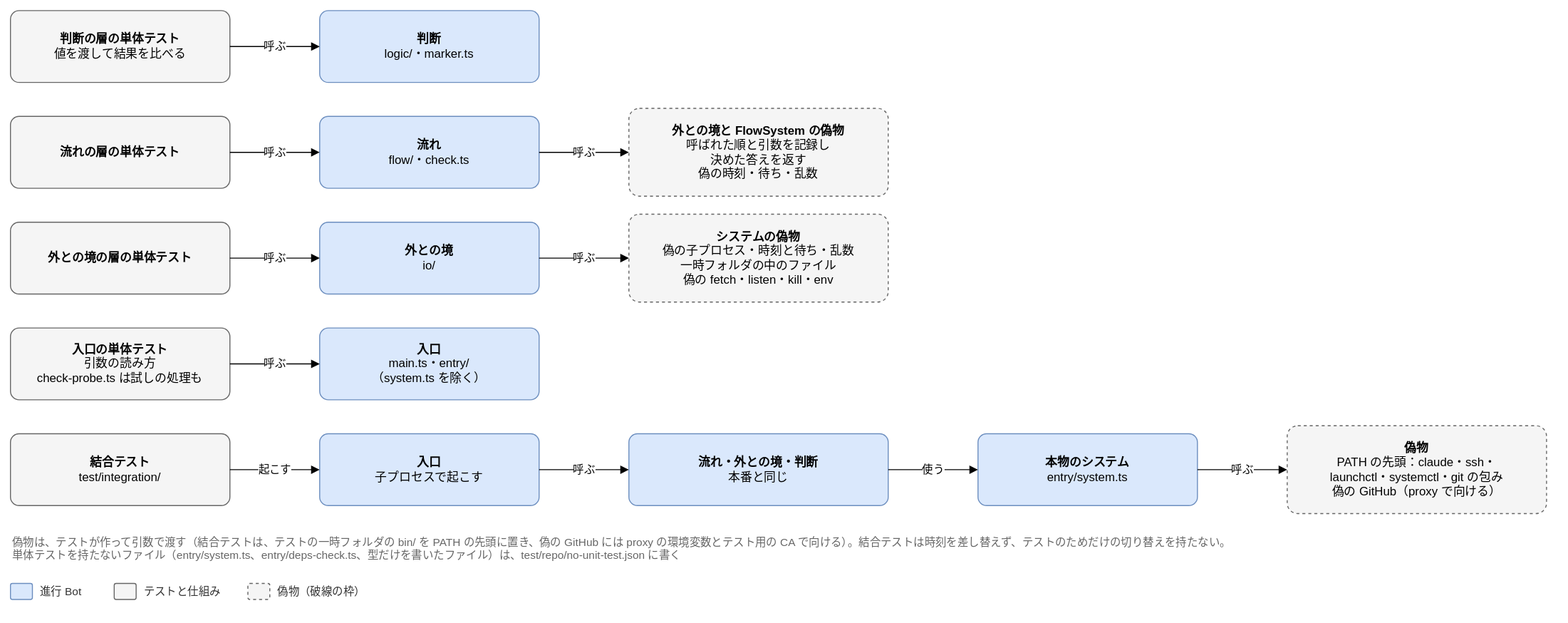
Joymerrevent/dev-autopilot keeps this draw.io diagram as docs/design/detailed/diagrams/00-tests.drawio.svg. Above is the earlier version. Source tidied: cells renumbered, new cells last; positions are measured from the earlier drawing's top-left corner, leaving out a move shared by most shapes.
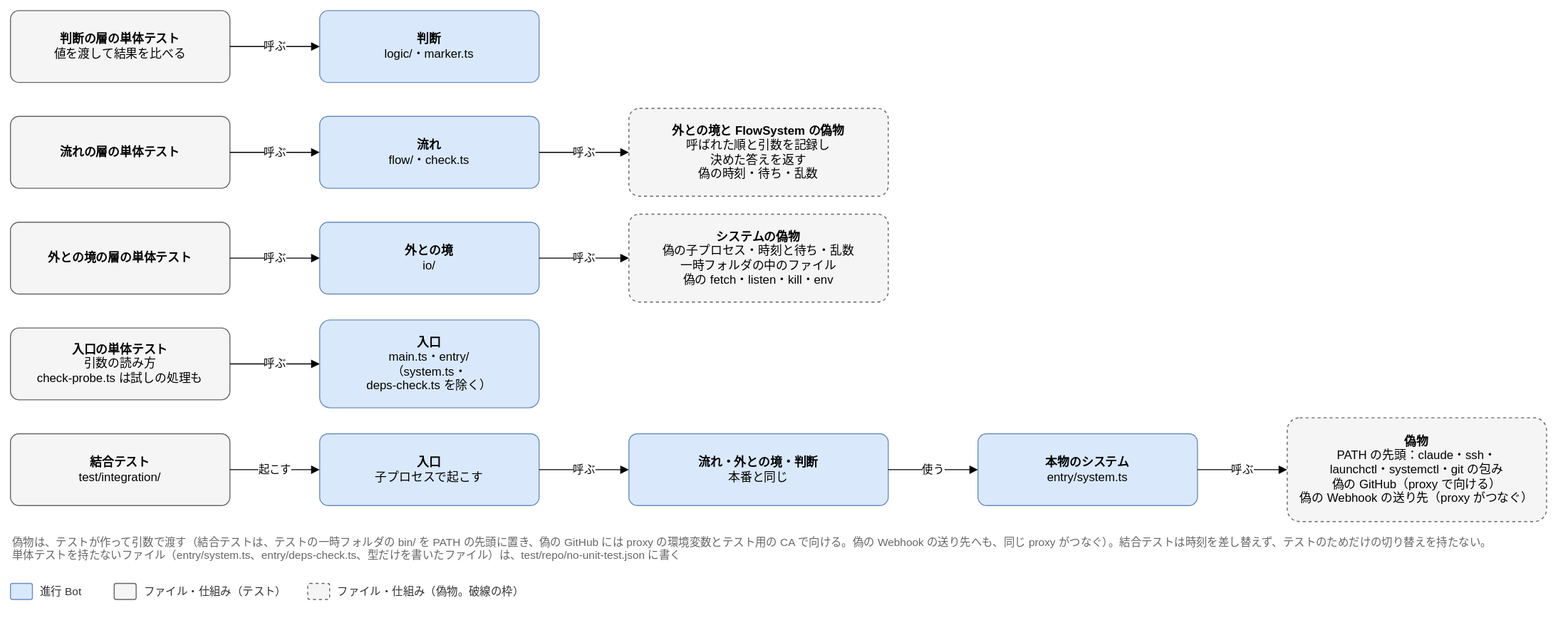
The same file after the commit.

What changed in the source:
```diff
@@ -44,8 +44,8 @@
     <mxCell id="15" value="&lt;b&gt;入口の単体テスト&lt;/b&gt;&lt;br&gt;引数の読み方&lt;br&gt;check-probe.ts は試しの処理も" style="rounded=1;whiteSpace=wrap;html=1;fontSize=12;arcSize=12;spacing=12;fillColor=#f5f5f5;strokeColor=#666666;" parent="1" vertex="1">
       <mxGeometry y="318" width="220" height="72" as="geometry" />
     </mxCell>
-    <mxCell id="16" value="&lt;b&gt;入口&lt;/b&gt;&lt;br&gt;main.ts・entry/&lt;br&gt;（system.ts を除く）" style="rounded=1;whiteSpace=wrap;html=1;fontSize=12;arcSize=12;spacing=12;fillColor=#dae8fc;strokeColor=#6c8ebf;" parent="1" vertex="1">
-      <mxGeometry x="310" y="318" width="220" height="72" as="geometry" />
+    <mxCell id="16" value="&lt;b&gt;入口&lt;/b&gt;&lt;br&gt;main.ts・entry/&lt;br&gt;（system.ts・&lt;br&gt;deps-check.ts を除く）" style="rounded=1;whiteSpace=wrap;html=1;fontSize=12;arcSize=12;spacing=12;fillColor=#dae8fc;strokeColor=#6c8ebf;" parent="1" vertex="1">
+      <mxGeometry x="310" y="310" width="220" height="88" as="geometry" />
     </mxCell>
     <mxCell id="17" value="呼ぶ" style="edgeStyle=orthogonalEdgeStyle;rounded=1;html=1;endArrow=block;endFill=1;fontSize=11;labelBackgroundColor=#ffffff;exitX=1;exitY=0.5;exitDx=0;exitDy=0;entryX=0;entryY=0.5;entryDx=0;entryDy=0;" parent="1" edge="1" source="15" target="16">
       <mxGeometry relative="1" as="geometry" />
@@ -62,8 +62,8 @@
     <mxCell id="21" value="&lt;b&gt;本物のシステム&lt;/b&gt;&lt;br&gt;entry/system.ts" style="rounded=1;whiteSpace=wrap;html=1;fontSize=12;arcSize=12;spacing=12;fillColor=#dae8fc;strokeColor=#6c8ebf;" parent="1" vertex="1">
       <mxGeometry x="970" y="424" width="220" height="72" as="geometry" />
     </mxCell>
-    <mxCell id="22" value="&lt;b&gt;偽物&lt;/b&gt;&lt;br&gt;PATH の先頭：claude・ssh・&lt;br&gt;launchctl・systemctl・git の包み&lt;br&gt;偽の GitHub（proxy で向ける）" style="rounded=1;whiteSpace=wrap;html=1;fontSize=12;arcSize=12;spacing=12;fillColor=#f5f5f5;strokeColor=#666666;dashed=1;" parent="1" vertex="1">
-      <mxGeometry x="1280" y="416" width="260" height="88" as="geometry" />
+    <mxCell id="22" value="&lt;b&gt;偽物&lt;/b&gt;&lt;br&gt;PATH の先頭：claude・ssh・&lt;br&gt;launchctl・systemctl・git の包み&lt;br&gt;偽の GitHub（proxy で向ける）&lt;br&gt;偽の Webhook の送り先（proxy がつなぐ）" style="rounded=1;whiteSpace=wrap;html=1;fontSize=12;arcSize=12;spacing=12;fillColor=#f5f5f5;strokeColor=#666666;dashed=1;" parent="1" vertex="1">
+      <mxGeometry x="1280" y="408" width="260" height="104" as="geometry" />
     </mxCell>
     <mxCell id="23" value="起こす" style="edgeStyle=orthogonalEdgeStyle;rounded=1;html=1;endArrow=block;endFill=1;fontSize=11;labelBackgroundColor=#ffffff;exitX=1;exitY=0.5;exitDx=0;exitDy=0;entryX=0;entryY=0.5;entryDx=0;entryDy=0;" parent="1" edge="1" source="18" target="19">
       <mxGeometry relative="1" as="geometry" />
@@ -77,7 +77,7 @@
     <mxCell id="26" value="呼ぶ" style="edgeStyle=orthogonalEdgeStyle;rounded=1;html=1;endArrow=block;endFill=1;fontSize=11;labelBackgroundColor=#ffffff;exitX=1;exitY=0.5;exitDx=0;exitDy=0;entryX=0;entryY=0.5;entryDx=0;entryDy=0;" parent="1" edge="1" source="21" target="22">
       <mxGeometry relative="1" as="geometry" />
     </mxCell>
-    <mxCell id="27" value="偽物は、テストが作って引数で渡す（結合テストは、テストの一時フォルダの bin/ を PATH の先頭に置き、偽の GitHub には proxy の環境変数とテスト用の CA で向ける）。結合テストは時刻を差し替えず、テストのためだけの切り替えを持たない。&lt;br&gt;単体テストを持たないファイル（entry/system.ts、entry/deps-check.ts、型だけを書いたファイル）は、test/repo/no-unit-test.json に書く" style="text;html=1;whiteSpace=wrap;align=left;verticalAlign=top;fontSize=11;fontColor=#666666;" parent="1" vertex="1">
+    <mxCell id="27" value="偽物は、テストが作って引数で渡す（結合テストは、テストの一時フォルダの bin/ を PATH の先頭に置き、偽の GitHub には proxy の環境変数とテスト用の CA で向ける。偽の Webhook の送り先へも、同じ proxy がつなぐ）。結合テストは時刻を差し替えず、テストのためだけの切り替えを持たない。&lt;br&gt;単体テストを持たないファイル（entry/system.ts、entry/deps-check.ts、型だけを書いたファイル）は、test/repo/no-unit-test.json に書く" style="text;html=1;whiteSpace=wrap;align=left;verticalAlign=top;fontSize=11;fontColor=#666666;" parent="1" vertex="1">
       <mxGeometry y="520" width="1540" height="40" as="geometry" />
     </mxCell>
     <mxCell id="28" style="rounded=1;whiteSpace=wrap;html=1;fontSize=12;arcSize=12;spacing=12;fillColor=#dae8fc;strokeColor=#6c8ebf;" parent="1" vertex="1">
@@ -89,14 +89,14 @@
     <mxCell id="30" style="rounded=1;whiteSpace=wrap;html=1;fontSize=12;arcSize=12;spacing=12;fillColor=#f5f5f5;strokeColor=#666666;" parent="1" vertex="1">
       <mxGeometry x="104" y="574" width="22" height="16" as="geometry" />
     </mxCell>
-    <mxCell id="31" value="テストと仕組み" style="text;html=1;align=left;verticalAlign=middle;fontSize=11;fontColor=#333333;" parent="1" vertex="1">
-      <mxGeometry x="132" y="572" width="90" height="20" as="geometry" />
+    <mxCell id="31" value="ファイル・仕組み（テスト）" style="text;html=1;align=left;verticalAlign=middle;fontSize=11;fontColor=#333333;" parent="1" vertex="1">
+      <mxGeometry x="132" y="572" width="150" height="20" as="geometry" />
     </mxCell>
     <mxCell id="32" style="rounded=1;whiteSpace=wrap;html=1;fontSize=12;arcSize=12;spacing=12;fillColor=#f5f5f5;strokeColor=#666666;dashed=1;" parent="1" vertex="1">
-      <mxGeometry x="238" y="574" width="22" height="16" as="geometry" />
+      <mxGeometry x="298" y="574" width="22" height="16" as="geometry" />
     </mxCell>
-    <mxCell id="33" value="偽物（破線の枠）" style="text;html=1;align=left;verticalAlign=middle;fontSize=11;fontColor=#333333;" parent="1" vertex="1">
-      <mxGeometry x="266" y="572" width="100" height="20" as="geometry" />
+    <mxCell id="33" value="ファイル・仕組み（偽物。破線の枠）" style="text;html=1;align=left;verticalAlign=middle;fontSize=11;fontColor=#333333;" parent="1" vertex="1">
+      <mxGeometry x="326" y="572" width="200" height="20" as="geometry" />
     </mxCell>
   </root>
 </mxGraphModel>
```
